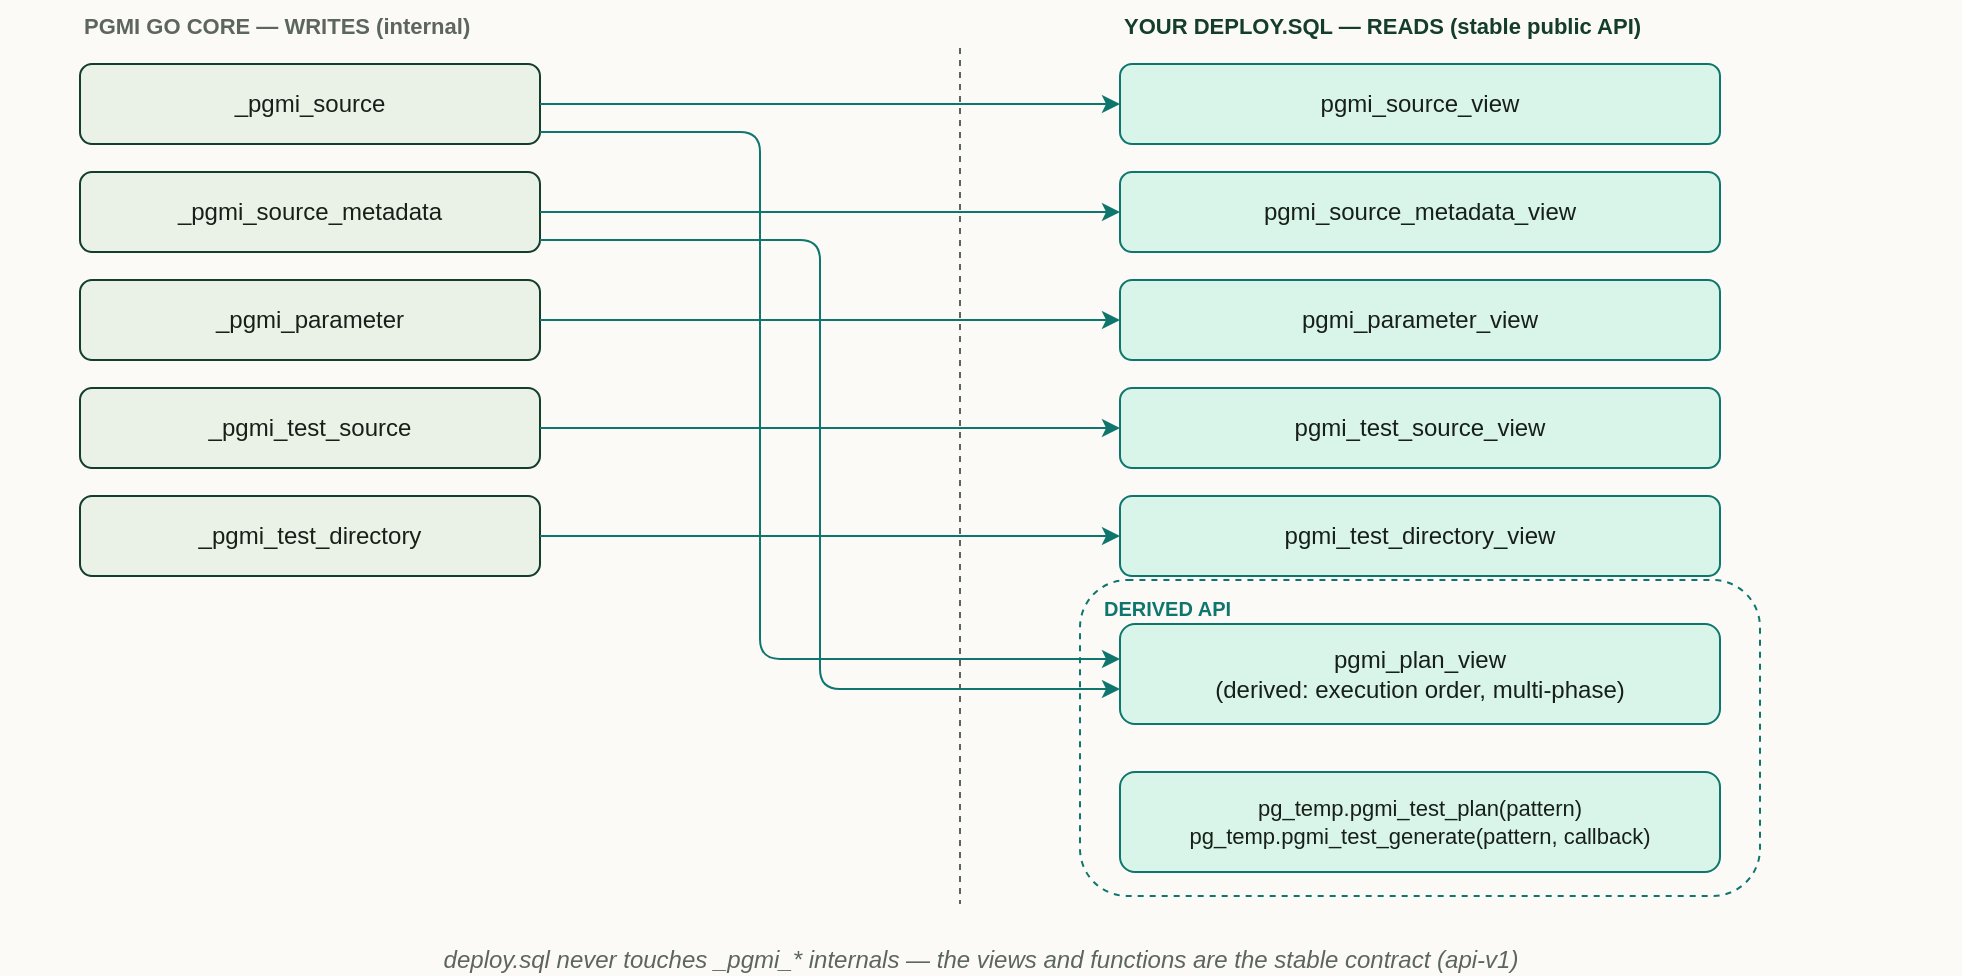
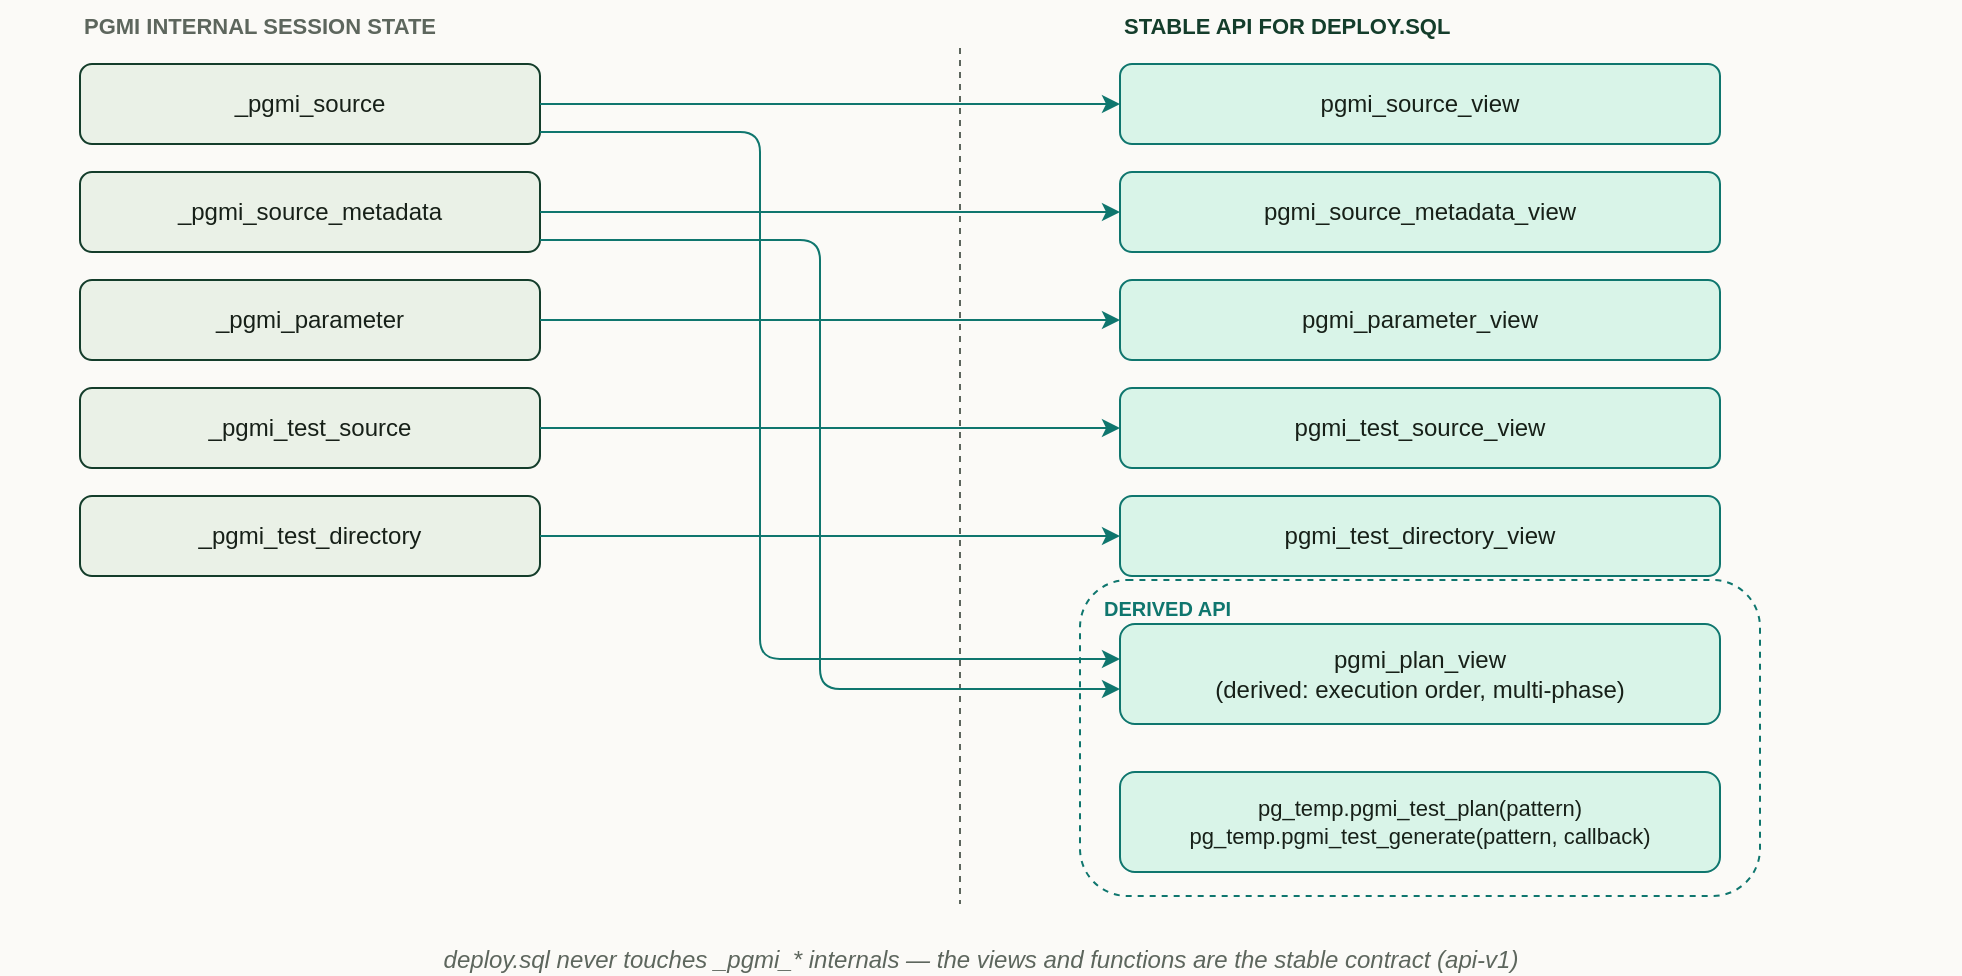
<mxGraphModel adaptiveColors="none" background="#fbfaf7" grid="0" page="1" pageWidth="980" pageHeight="520">
  <root>
    <mxCell id="0" />
    <mxCell id="1" parent="0" />
-     <mxCell id="lblL" value="PGMI GO CORE — WRITES (internal)" style="text;html=1;align=left;fontStyle=1;fontSize=11;fontColor=#5d665d;" vertex="1" parent="1"><mxGeometry x="40" y="28" width="300" height="20" as="geometry" /></mxCell>
-     <mxCell id="lblR" value="YOUR DEPLOY.SQL — READS (stable public API)" style="text;html=1;align=left;fontStyle=1;fontSize=11;fontColor=#143d2b;" vertex="1" parent="1"><mxGeometry x="560" y="28" width="360" height="20" as="geometry" /></mxCell>
+     <mxCell id="lblL" value="PGMI INTERNAL SESSION STATE" style="text;html=1;align=left;fontStyle=1;fontSize=11;fontColor=#5d665d;" vertex="1" parent="1"><mxGeometry x="40" y="28" width="300" height="20" as="geometry" /></mxCell>
+     <mxCell id="lblR" value="STABLE API FOR DEPLOY.SQL" style="text;html=1;align=left;fontStyle=1;fontSize=11;fontColor=#143d2b;" vertex="1" parent="1"><mxGeometry x="560" y="28" width="360" height="20" as="geometry" /></mxCell>
    <mxCell id="bnd" style="html=1;endArrow=none;dashed=1;strokeColor=#5d665d;" edge="1" parent="1"><mxGeometry relative="1" as="geometry"><mxPoint x="480" y="52" as="sourcePoint" /><mxPoint x="480" y="480" as="targetPoint" /></mxGeometry></mxCell>
    <mxCell id="grp" value="DERIVED API" style="rounded=1;whiteSpace=wrap;html=1;fillColor=none;strokeColor=#0f766e;dashed=1;verticalAlign=top;align=left;fontStyle=1;fontSize=10;fontColor=#0f766e;spacingLeft=10;spacingTop=2" vertex="1" parent="1"><mxGeometry x="540" y="318" width="340" height="158" as="geometry" /></mxCell>
    <mxCell id="t1" value="_pgmi_source" style="rounded=1;whiteSpace=wrap;html=1;fillColor=#eaf1e7;strokeColor=#143d2b;fontColor=#172018;fontSize=12" vertex="1" parent="1"><mxGeometry x="40" y="60" width="230" height="40" as="geometry" /></mxCell>
    <mxCell id="t2" value="_pgmi_source_metadata" style="rounded=1;whiteSpace=wrap;html=1;fillColor=#eaf1e7;strokeColor=#143d2b;fontColor=#172018;fontSize=12" vertex="1" parent="1"><mxGeometry x="40" y="114" width="230" height="40" as="geometry" /></mxCell>
    <mxCell id="t3" value="_pgmi_parameter" style="rounded=1;whiteSpace=wrap;html=1;fillColor=#eaf1e7;strokeColor=#143d2b;fontColor=#172018;fontSize=12" vertex="1" parent="1"><mxGeometry x="40" y="168" width="230" height="40" as="geometry" /></mxCell>
    <mxCell id="t4" value="_pgmi_test_source" style="rounded=1;whiteSpace=wrap;html=1;fillColor=#eaf1e7;strokeColor=#143d2b;fontColor=#172018;fontSize=12" vertex="1" parent="1"><mxGeometry x="40" y="222" width="230" height="40" as="geometry" /></mxCell>
    <mxCell id="t5" value="_pgmi_test_directory" style="rounded=1;whiteSpace=wrap;html=1;fillColor=#eaf1e7;strokeColor=#143d2b;fontColor=#172018;fontSize=12" vertex="1" parent="1"><mxGeometry x="40" y="276" width="230" height="40" as="geometry" /></mxCell>
    <mxCell id="v1" value="pgmi_source_view" style="rounded=1;whiteSpace=wrap;html=1;fillColor=#d9f4e8;strokeColor=#0f766e;fontColor=#172018;fontSize=12" vertex="1" parent="1"><mxGeometry x="560" y="60" width="300" height="40" as="geometry" /></mxCell>
    <mxCell id="v2" value="pgmi_source_metadata_view" style="rounded=1;whiteSpace=wrap;html=1;fillColor=#d9f4e8;strokeColor=#0f766e;fontColor=#172018;fontSize=12" vertex="1" parent="1"><mxGeometry x="560" y="114" width="300" height="40" as="geometry" /></mxCell>
    <mxCell id="v3" value="pgmi_parameter_view" style="rounded=1;whiteSpace=wrap;html=1;fillColor=#d9f4e8;strokeColor=#0f766e;fontColor=#172018;fontSize=12" vertex="1" parent="1"><mxGeometry x="560" y="168" width="300" height="40" as="geometry" /></mxCell>
    <mxCell id="v4" value="pgmi_test_source_view" style="rounded=1;whiteSpace=wrap;html=1;fillColor=#d9f4e8;strokeColor=#0f766e;fontColor=#172018;fontSize=12" vertex="1" parent="1"><mxGeometry x="560" y="222" width="300" height="40" as="geometry" /></mxCell>
    <mxCell id="v5" value="pgmi_test_directory_view" style="rounded=1;whiteSpace=wrap;html=1;fillColor=#d9f4e8;strokeColor=#0f766e;fontColor=#172018;fontSize=12" vertex="1" parent="1"><mxGeometry x="560" y="276" width="300" height="40" as="geometry" /></mxCell>
    <mxCell id="vp" value="pgmi_plan_view&#10;(derived: execution order, multi-phase)" style="rounded=1;whiteSpace=wrap;html=1;fillColor=#d9f4e8;strokeColor=#0f766e;fontColor=#172018;fontSize=12" vertex="1" parent="1"><mxGeometry x="560" y="340" width="300" height="50" as="geometry" /></mxCell>
    <mxCell id="fn" value="pg_temp.pgmi_test_plan(pattern)&#10;pg_temp.pgmi_test_generate(pattern, callback)" style="rounded=1;whiteSpace=wrap;html=1;fillColor=#d9f4e8;strokeColor=#0f766e;fontColor=#172018;fontSize=11" vertex="1" parent="1"><mxGeometry x="560" y="414" width="300" height="50" as="geometry" /></mxCell>
    <mxCell id="ev1" style="html=1;endArrow=classic;strokeColor=#0f766e;exitX=1;exitY=0.5;entryX=0;entryY=0.5" edge="1" parent="1" source="t1" target="v1"><mxGeometry relative="1" as="geometry" /></mxCell>
    <mxCell id="ev2" style="html=1;endArrow=classic;strokeColor=#0f766e;exitX=1;exitY=0.5;entryX=0;entryY=0.5" edge="1" parent="1" source="t2" target="v2"><mxGeometry relative="1" as="geometry" /></mxCell>
    <mxCell id="ev3" style="html=1;endArrow=classic;strokeColor=#0f766e;exitX=1;exitY=0.5;entryX=0;entryY=0.5" edge="1" parent="1" source="t3" target="v3"><mxGeometry relative="1" as="geometry" /></mxCell>
    <mxCell id="ev4" style="html=1;endArrow=classic;strokeColor=#0f766e;exitX=1;exitY=0.5;entryX=0;entryY=0.5" edge="1" parent="1" source="t4" target="v4"><mxGeometry relative="1" as="geometry" /></mxCell>
    <mxCell id="ev5" style="html=1;endArrow=classic;strokeColor=#0f766e;exitX=1;exitY=0.5;entryX=0;entryY=0.5" edge="1" parent="1" source="t5" target="v5"><mxGeometry relative="1" as="geometry" /></mxCell>
    <mxCell id="ep1" style="html=1;endArrow=classic;strokeColor=#0f766e;edgeStyle=orthogonalEdgeStyle;rounded=1;exitX=1;exitY=0.85;entryX=0;entryY=0.35" edge="1" parent="1" source="t1" target="vp"><mxGeometry relative="1" as="geometry"><Array as="points"><mxPoint x="380" y="94" /><mxPoint x="380" y="358" /></Array></mxGeometry></mxCell>
    <mxCell id="ep2" style="html=1;endArrow=classic;strokeColor=#0f766e;edgeStyle=orthogonalEdgeStyle;rounded=1;exitX=1;exitY=0.85;entryX=0;entryY=0.65" edge="1" parent="1" source="t2" target="vp"><mxGeometry relative="1" as="geometry"><Array as="points"><mxPoint x="410" y="148" /><mxPoint x="410" y="373" /></Array></mxGeometry></mxCell>
    <mxCell id="cap" value="deploy.sql never touches _pgmi_* internals — the views and functions are the stable contract (api-v1)" style="text;html=1;align=center;fontStyle=2;fontSize=12;fontColor=#5d665d;" vertex="1" parent="1"><mxGeometry x="0" y="494" width="980" height="20" as="geometry" /></mxCell>
  </root>
</mxGraphModel>
